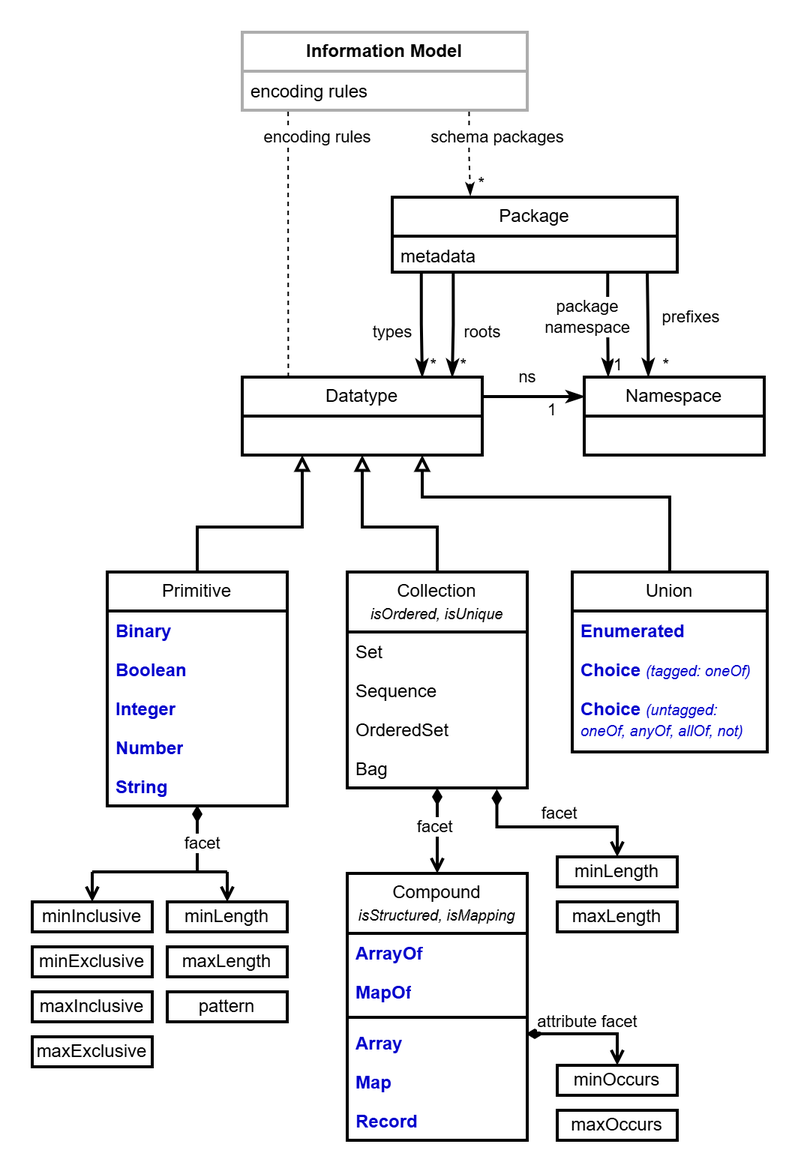
Above: images/im.drawio.png in oasis-tcs/openc2-jadn (draw.io), before the change. Source tidied: cells renumbered, new cells last; positions are measured from the earlier drawing's top-left corner, leaving out a move shared by most shapes.
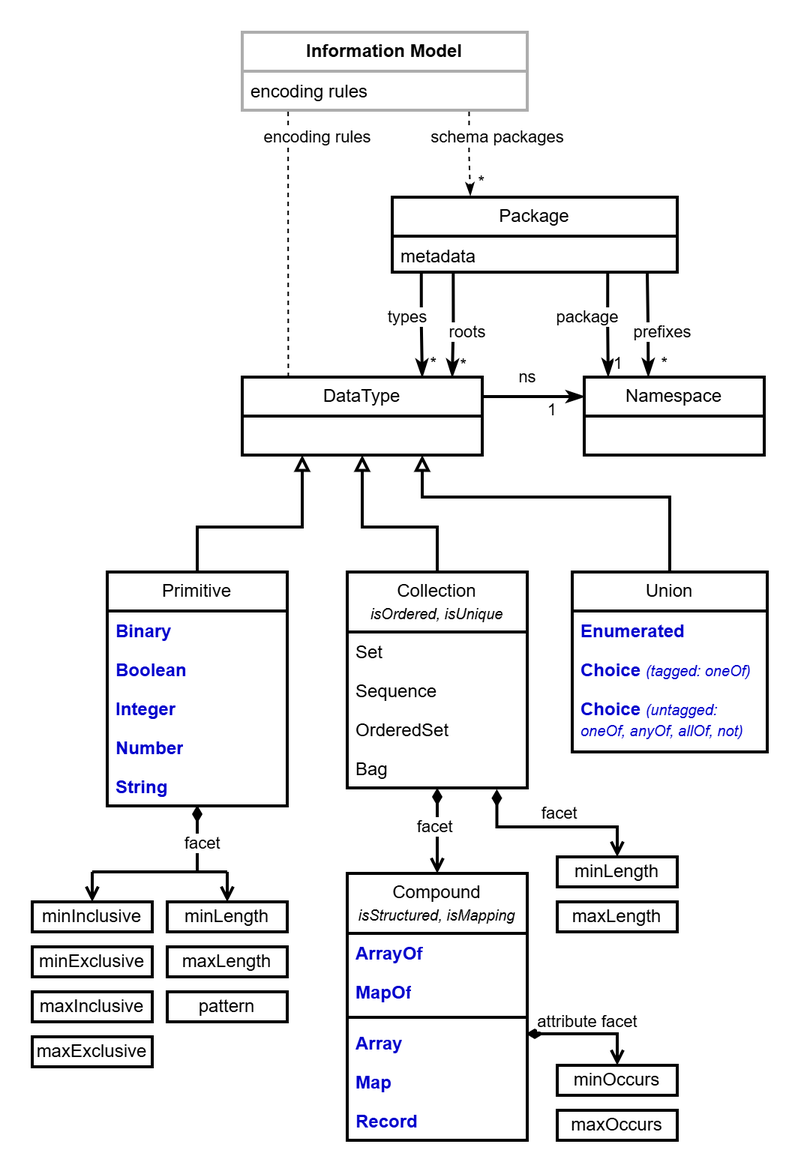
After the change.

What changed in the source:
```diff
@@ -2,7 +2,7 @@
   <root>
     <mxCell id="0" />
     <mxCell id="1" parent="0" />
-    <mxCell id="2" value="Datatype" style="swimlane;fontStyle=0;horizontal=1;startSize=26;fillColor=none;whiteSpace=wrap;html=1;strokeWidth=2;fontFamily=Helvetica;" parent="1" vertex="1">
+    <mxCell id="2" value="DataType" style="swimlane;fontStyle=0;horizontal=1;startSize=26;fillColor=none;whiteSpace=wrap;html=1;strokeWidth=2;fontFamily=Helvetica;" parent="1" vertex="1">
       <mxGeometry x="140" y="230" width="160" height="52" as="geometry" />
     </mxCell>
     <mxCell id="3" value="Union" style="swimlane;fontStyle=0;horizontal=1;startSize=26;fillColor=none;whiteSpace=wrap;html=1;strokeWidth=2;fontFamily=Helvetica;" parent="1" vertex="1">
@@ -166,7 +166,7 @@
       <mxGeometry y="26" width="190" height="24" as="geometry" />
     </mxCell>
     <mxCell id="46" value="types" style="endArrow=classicThin;html=1;edgeStyle=orthogonalEdgeStyle;rounded=0;entryX=0.75;entryY=0;entryDx=0;entryDy=0;strokeWidth=2;endSize=6;endFill=1;exitX=0.102;exitY=1.014;exitDx=0;exitDy=0;exitPerimeter=0;" parent="1" edge="1" source="45" target="2">
-      <mxGeometry x="0.12" y="-20" relative="1" as="geometry" />
+      <mxGeometry x="-0.16" y="-9" relative="1" as="geometry" />
     </mxCell>
     <mxCell id="47" value="&lt;font style=&quot;font-size: 11px;&quot;&gt;*&lt;/font&gt;" style="edgeLabel;html=1;align=right;verticalAlign=bottom;rotation=0;" parent="46" vertex="1">
       <mxGeometry x="1" relative="1" as="geometry">
@@ -181,8 +181,8 @@
         <mxPoint x="-18" y="17" as="offset" />
       </mxGeometry>
     </mxCell>
-    <mxCell id="50" value="package&lt;br&gt;namespace" style="endArrow=classicThin;html=1;edgeStyle=orthogonalEdgeStyle;rounded=0;entryX=0.133;entryY=-0.006;entryDx=0;entryDy=0;strokeWidth=2;endSize=6;endFill=1;entryPerimeter=0;exitX=0.756;exitY=1;exitDx=0;exitDy=0;exitPerimeter=0;" parent="1" edge="1" source="45" target="43">
-      <mxGeometry x="-0.15" y="-14" relative="1" as="geometry" />
+    <mxCell id="50" value="package" style="endArrow=classicThin;html=1;edgeStyle=orthogonalEdgeStyle;rounded=0;entryX=0.133;entryY=-0.006;entryDx=0;entryDy=0;strokeWidth=2;endSize=6;endFill=1;entryPerimeter=0;exitX=0.756;exitY=1;exitDx=0;exitDy=0;exitPerimeter=0;" parent="1" edge="1" source="45" target="43">
+      <mxGeometry x="-0.14" y="-14" relative="1" as="geometry" />
     </mxCell>
     <mxCell id="51" value="&lt;font style=&quot;font-size: 11px;&quot;&gt;1&lt;/font&gt;" style="edgeLabel;html=1;align=right;verticalAlign=bottom;rotation=0;" parent="50" vertex="1">
       <mxGeometry x="1" relative="1" as="geometry">
@@ -190,9 +190,7 @@
       </mxGeometry>
     </mxCell>
     <mxCell id="52" value="roots" style="endArrow=classicThin;html=1;edgeStyle=orthogonalEdgeStyle;rounded=0;entryX=0.875;entryY=0;entryDx=0;entryDy=0;strokeWidth=2;endSize=6;endFill=1;entryPerimeter=0;exitX=0.214;exitY=1.042;exitDx=0;exitDy=0;exitPerimeter=0;" parent="1" edge="1" source="45" target="2">
-      <mxGeometry x="-0.02" y="20" relative="1" as="geometry">
-        <mxPoint x="19" y="-15" as="offset" />
-      </mxGeometry>
+      <mxGeometry x="0.14" y="10" relative="1" as="geometry" />
     </mxCell>
     <mxCell id="53" value="&lt;font style=&quot;font-size: 11px;&quot;&gt;*&lt;/font&gt;" style="edgeLabel;html=1;align=right;verticalAlign=bottom;rotation=0;" parent="52" vertex="1">
       <mxGeometry x="1" relative="1" as="geometry">
@@ -200,7 +198,7 @@
       </mxGeometry>
     </mxCell>
     <mxCell id="54" value="prefixes" style="endArrow=classicThin;html=1;edgeStyle=orthogonalEdgeStyle;rounded=0;entryX=0.356;entryY=-0.006;entryDx=0;entryDy=0;strokeWidth=2;endSize=6;endFill=1;entryPerimeter=0;" parent="1" edge="1" target="43">
-      <mxGeometry x="-0.14" y="29" relative="1" as="geometry">
+      <mxGeometry x="0.17" y="9" relative="1" as="geometry">
         <mxPoint x="410" y="160" as="sourcePoint" />
       </mxGeometry>
     </mxCell>
```
